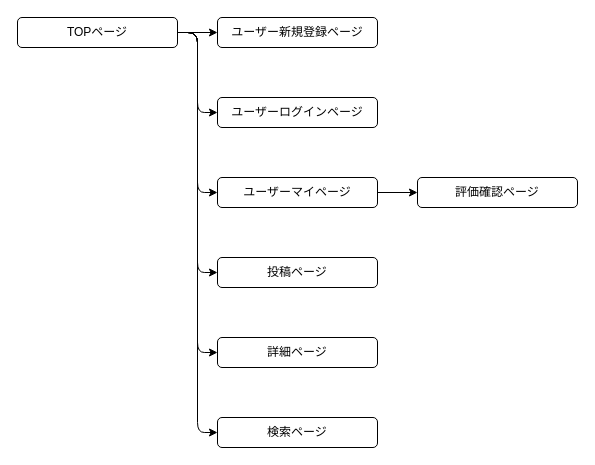
shigeruhanafusa/game_review keeps this draw.io diagram as page "ページ1" (1 of 2) of game.dio. Above is the earlier version. Source tidied: cells renumbered, new cells numbered last; positions are measured from the earlier drawing's top-left corner, leaving out a move shared by most shapes. Both pictures are drawn from the tidied source at 100%, with x=0, y=0 at pixel (17, 17).
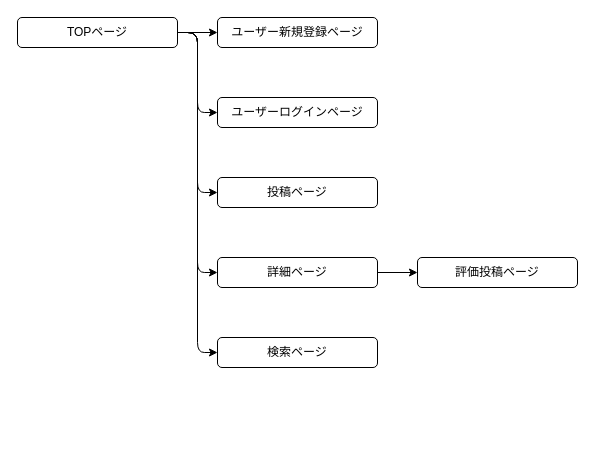
The same diagram, later.

Commit message (it also covers changes not shown here):
READMEと画面遷移図の更新

The edit, as a diff of the source:
```diff
@@
 <mxGraphModel>
   <root>
     <mxCell id="0" />
     <mxCell id="1" parent="0" />
     <mxCell id="2" style="edgeStyle=none;html=1;entryX=0;entryY=0.5;entryDx=0;entryDy=0;" parent="1" edge="1" source="8" target="10">
       <mxGeometry relative="1" as="geometry" />
     </mxCell>
     <mxCell id="3" style="edgeStyle=orthogonalEdgeStyle;html=1;entryX=0;entryY=0.5;entryDx=0;entryDy=0;" parent="1" edge="1" source="8" target="11">
       <mxGeometry relative="1" as="geometry" />
     </mxCell>
-    <mxCell id="4" style="edgeStyle=orthogonalEdgeStyle;html=1;entryX=0;entryY=0.5;entryDx=0;entryDy=0;" parent="1" edge="1" source="8" target="13">
-      <mxGeometry relative="1" as="geometry" />
-    </mxCell>
     <mxCell id="5" style="edgeStyle=orthogonalEdgeStyle;html=1;entryX=0;entryY=0.5;entryDx=0;entryDy=0;" parent="1" edge="1" source="8" target="9">
       <mxGeometry relative="1" as="geometry" />
     </mxCell>
     <mxCell id="6" style="edgeStyle=orthogonalEdgeStyle;html=1;entryX=0;entryY=0.5;entryDx=0;entryDy=0;" parent="1" edge="1" source="8" target="15">
       <mxGeometry relative="1" as="geometry" />
     </mxCell>
     <mxCell id="7" style="edgeStyle=orthogonalEdgeStyle;html=1;entryX=0;entryY=0.5;entryDx=0;entryDy=0;" parent="1" edge="1" source="8" target="16">
       <mxGeometry relative="1" as="geometry" />
     </mxCell>
     <mxCell id="8" value="TOPページ" style="rounded=1;whiteSpace=wrap;html=1;" parent="1" vertex="1">
       <mxGeometry width="160" height="30" as="geometry" />
     </mxCell>
     <mxCell id="9" value="投稿ページ" style="rounded=1;whiteSpace=wrap;html=1;" parent="1" vertex="1">
-      <mxGeometry x="200" y="240" width="160" height="30" as="geometry" />
+      <mxGeometry x="200" y="160" width="160" height="30" as="geometry" />
     </mxCell>
     <mxCell id="10" value="ユーザー新規登録ページ" style="rounded=1;whiteSpace=wrap;html=1;" parent="1" vertex="1">
       <mxGeometry x="200" width="160" height="30" as="geometry" />
     </mxCell>
     <mxCell id="11" value="ユーザーログインページ" style="rounded=1;whiteSpace=wrap;html=1;" parent="1" vertex="1">
       <mxGeometry x="200" y="80" width="160" height="30" as="geometry" />
     </mxCell>
-    <mxCell id="12" style="edgeStyle=orthogonalEdgeStyle;html=1;" parent="1" edge="1" source="13" target="14">
-      <mxGeometry relative="1" as="geometry" />
-    </mxCell>
-    <mxCell id="13" value="ユーザーマイページ" style="rounded=1;whiteSpace=wrap;html=1;" parent="1" vertex="1">
-      <mxGeometry x="200" y="160" width="160" height="30" as="geometry" />
-    </mxCell>
-    <mxCell id="14" value="評価確認ページ" style="rounded=1;whiteSpace=wrap;html=1;" parent="1" vertex="1">
-      <mxGeometry x="400" y="160" width="160" height="30" as="geometry" />
-    </mxCell>
+    <mxCell id="17" style="edgeStyle=none;html=1;entryX=0;entryY=0.5;entryDx=0;entryDy=0;" parent="1" edge="1" source="15" target="18">
+      <mxGeometry relative="1" as="geometry" />
+    </mxCell>
     <mxCell id="15" value="詳細ページ" style="rounded=1;whiteSpace=wrap;html=1;" parent="1" vertex="1">
-      <mxGeometry x="200" y="320" width="160" height="30" as="geometry" />
+      <mxGeometry x="200" y="240" width="160" height="30" as="geometry" />
     </mxCell>
     <mxCell id="16" value="検索ページ" style="rounded=1;whiteSpace=wrap;html=1;" parent="1" vertex="1">
-      <mxGeometry x="200" y="400" width="160" height="30" as="geometry" />
+      <mxGeometry x="200" y="320" width="160" height="30" as="geometry" />
     </mxCell>
+    <mxCell id="18" value="評価投稿ページ" style="rounded=1;whiteSpace=wrap;html=1;" parent="1" vertex="1">
+      <mxGeometry x="400" y="240" width="160" height="30" as="geometry" />
+    </mxCell>
   </root>
 </mxGraphModel>
```
